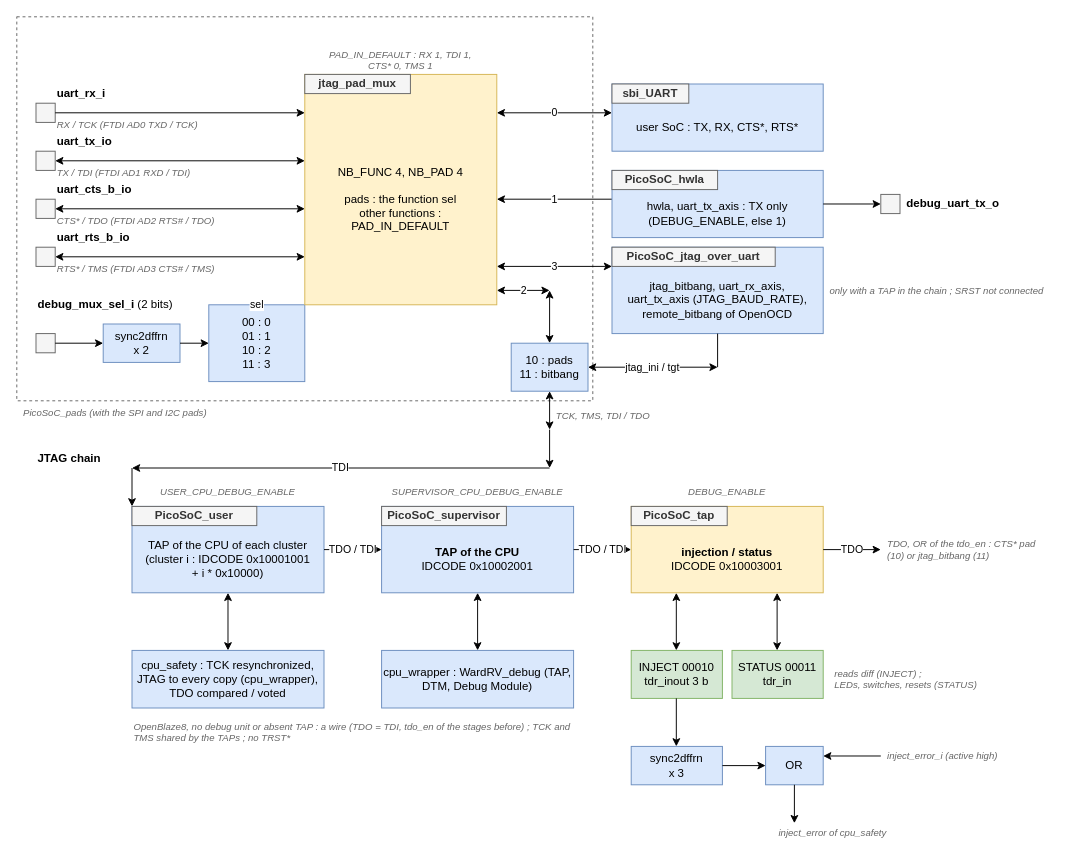
Earlier version of the draw.io diagram page "jtag" (4 of 4) of doc/picosoc.drawio (deuskane/asylum-soc-picosoc). Source tidied: cells renumbered, new cells numbered last; positions are measured from the earlier drawing's top-left corner, leaving out a move shared by most shapes. Both pictures are drawn from the tidied source at 96%, with x=0, y=0 at pixel (16, 16).
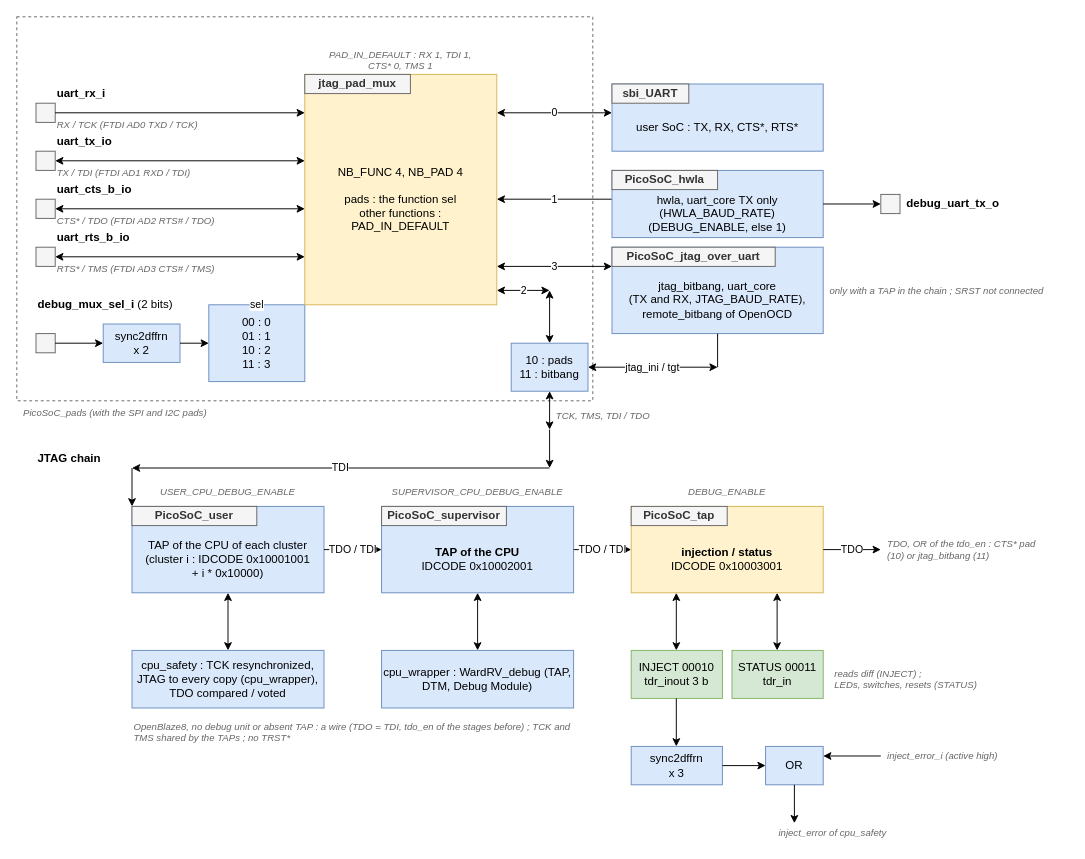
After the change.

Commit message (it also covers changes not shown here):
PicoSoC - doc : page jtag, uart_core in PicoSoC_hwla and PicoSoC_jtag_over_uart

Change to the diagram source:
```diff
@@
-    <mxCell id="38" value="hwla, uart_tx_axis : TX only&lt;br&gt;(DEBUG_ENABLE, else 1)" style="text;html=1;whiteSpace=wrap;strokeColor=none;fillColor=none;verticalAlign=middle;rounded=0;align=center;" parent="1" vertex="1">
+    <mxCell id="38" value="hwla, uart_core TX only (HWLA_BAUD_RATE)&lt;br&gt;(DEBUG_ENABLE, else 1)" style="text;html=1;whiteSpace=wrap;strokeColor=none;fillColor=none;verticalAlign=middle;rounded=0;align=center;" parent="1" vertex="1">
       <mxGeometry x="630" y="185" width="200" height="40" as="geometry" />
     </mxCell>
@@
-    <mxCell id="45" value="jtag_bitbang, uart_rx_axis,&lt;br&gt;uart_tx_axis (JTAG_BAUD_RATE),&lt;br&gt;remote_bitbang of OpenOCD" style="text;html=1;whiteSpace=wrap;strokeColor=none;fillColor=none;verticalAlign=middle;rounded=0;align=center;" parent="1" vertex="1">
+    <mxCell id="45" value="jtag_bitbang, uart_core&lt;br&gt;(TX and RX, JTAG_BAUD_RATE),&lt;br&gt;remote_bitbang of OpenOCD" style="text;html=1;whiteSpace=wrap;strokeColor=none;fillColor=none;verticalAlign=middle;rounded=0;align=center;" parent="1" vertex="1">
       <mxGeometry x="630" y="265" width="200" height="60" as="geometry" />
     </mxCell>
```
